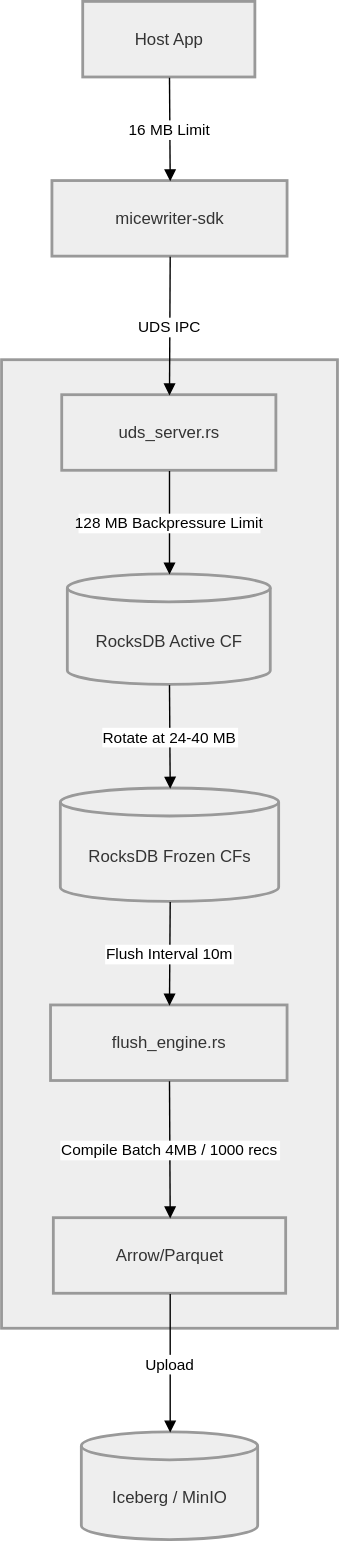
Before: docs/diagrams/data-flow.drawio.svg, a diagram exported from draw.io (markovarghese/micewriter-hub). Source tidied: cells renumbered, new cells last; positions are measured from the earlier drawing's top-left corner, leaving out a move shared by most shapes.
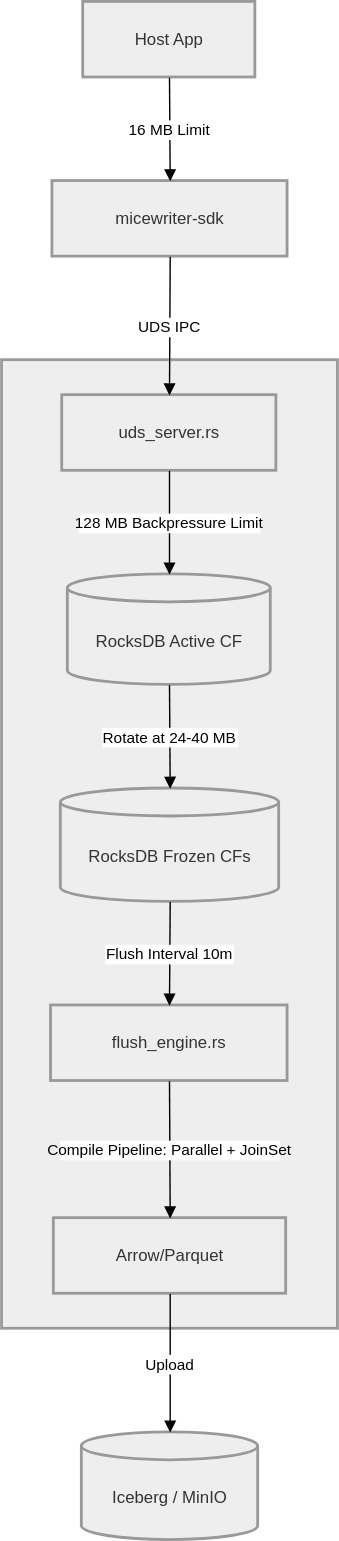
After the change.

The edit, as a diff of the source:
```diff
@@ -44,7 +44,7 @@
     <mxCell id="15" value="Flush Interval 10m" style="curved=1;startArrow=none;endArrow=block;exitX=0.5;exitY=1;entryX=0.5;entryY=0;" parent="1" edge="1" source="7" target="8">
       <mxGeometry relative="1" as="geometry" />
     </mxCell>
-    <mxCell id="16" value="Compile Batch 4MB / 1000 recs" style="curved=1;startArrow=none;endArrow=block;exitX=0.5;exitY=1;entryX=0.5;entryY=0;" parent="1" edge="1" source="8" target="9">
+    <mxCell id="16" value="Compile Pipeline: Parallel + JoinSet" style="curved=1;startArrow=none;endArrow=block;exitX=0.5;exitY=1;entryX=0.5;entryY=0;" parent="1" edge="1" source="8" target="9">
       <mxGeometry relative="1" as="geometry" />
     </mxCell>
     <mxCell id="17" value="Upload" style="curved=1;startArrow=none;endArrow=block;exitX=0.5;exitY=1;entryX=0.5;entryY=0;" parent="1" edge="1" source="9" target="10">
```
